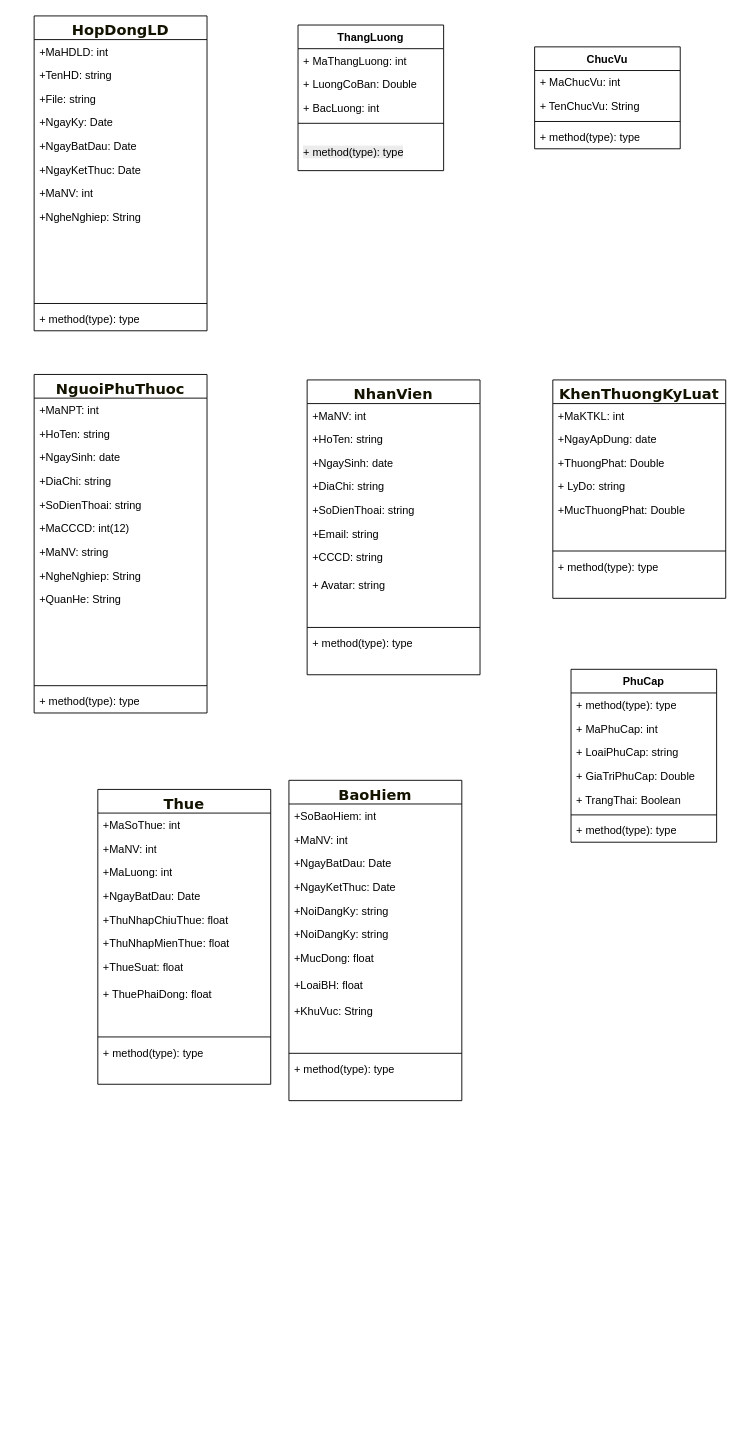
This is Biểu đồ không có tiêu đề.drawio from NguyenMint/LVTN, a draw.io file, before an edit. Source tidied: cells renumbered, new cells numbered last; positions are measured from the earlier drawing's top-left corner, leaving out a move shared by most shapes. Both pictures are drawn from the tidied source at 91%, with x=0, y=0 at pixel (34, 15).
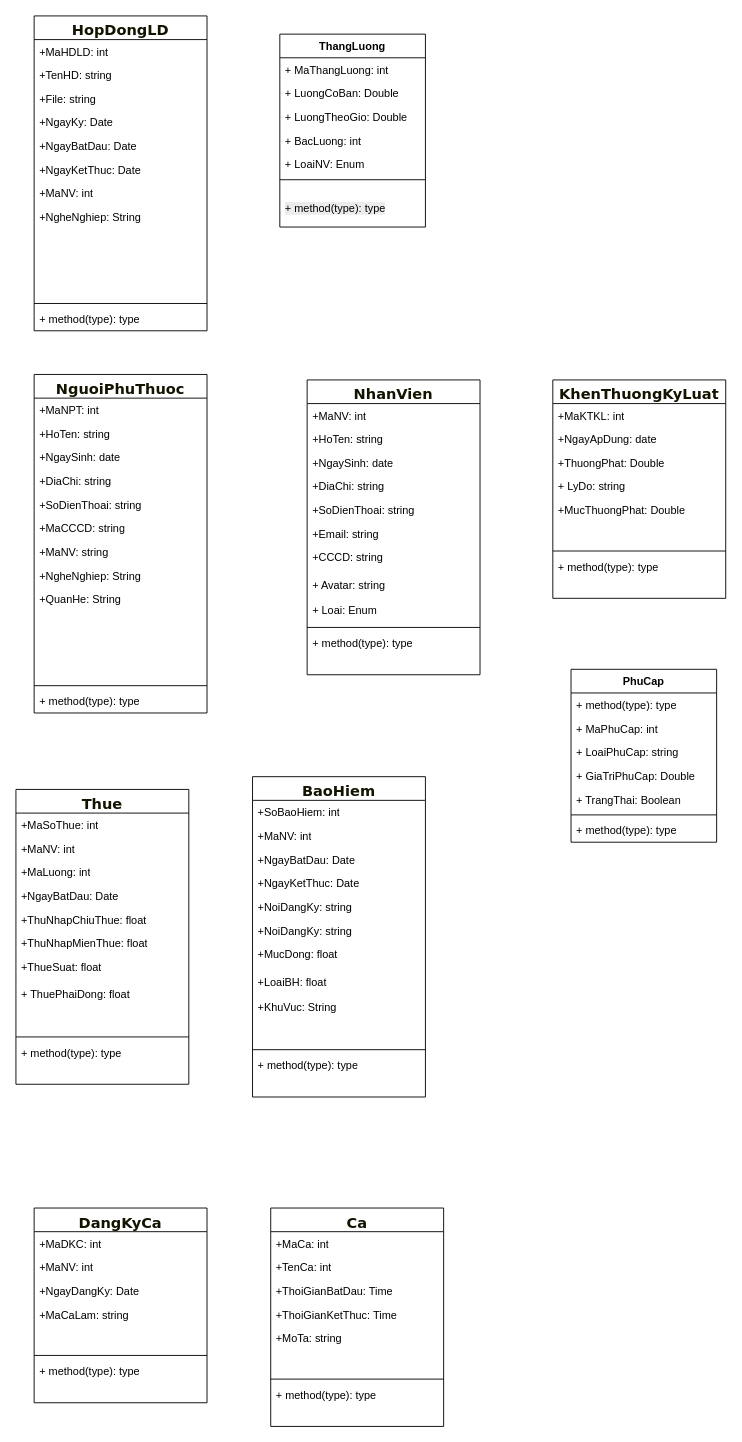
The same diagram, later.

Commit message (it also covers changes not shown here):
Cập nhật Biểu đồ không có tiêu đề.drawio

The change refers to these unchanged cells:
```xml
<mxCell id="2" value="&lt;span style=&quot;color: rgb(19, 19, 0); font-family: &amp;quot;trebuchet ms&amp;quot;, verdana, arial, sans-serif; font-size: 16px; text-wrap-mode: nowrap;&quot;&gt;NhanVien&lt;/span&gt;" style="swimlane;fontStyle=1;align=center;verticalAlign=top;horizontal=1;startSize=26;whiteSpace=wrap;html=1;" parent="1" vertex="1">
  <mxGeometry x="300" y="400" width="190" height="324" as="geometry" />
</mxCell>
<mxCell id="15" value="&lt;span style=&quot;color: rgb(19, 19, 0); font-family: &amp;quot;trebuchet ms&amp;quot;, verdana, arial, sans-serif; font-size: 16px; text-wrap-mode: nowrap;&quot;&gt;NguoiPhuThuoc&lt;/span&gt;" style="swimlane;fontStyle=1;align=center;verticalAlign=top;horizontal=1;startSize=26;whiteSpace=wrap;html=1;" parent="1" vertex="1">
  <mxGeometry y="394" width="190" height="372" as="geometry" />
</mxCell>
```

The edit, as a diff of the source:
```diff
@@
-    <mxCell id="11" style="text;strokeColor=none;fillColor=none;align=left;verticalAlign=top;spacingLeft=4;spacingRight=4;overflow=hidden;whiteSpace=wrap;html=1;" parent="2" vertex="1">
+    <mxCell id="11" value="+ Loai: Enum" style="text;strokeColor=none;fillColor=none;align=left;verticalAlign=top;spacingLeft=4;spacingRight=4;overflow=hidden;whiteSpace=wrap;html=1;" parent="2" vertex="1">
       <mxGeometry y="240" width="190" height="28" as="geometry" />
     </mxCell>
@@
-    <mxCell id="21" value="+MaCCCD: int(12)" style="text;strokeColor=none;fillColor=none;align=left;verticalAlign=top;spacingLeft=4;spacingRight=4;overflow=hidden;whiteSpace=wrap;html=1;" parent="15" vertex="1">
+    <mxCell id="21" value="+MaCCCD: string" style="text;strokeColor=none;fillColor=none;align=left;verticalAlign=top;spacingLeft=4;spacingRight=4;overflow=hidden;whiteSpace=wrap;html=1;" parent="15" vertex="1">
       <mxGeometry y="156" width="190" height="26" as="geometry" />
     </mxCell>
@@
     <mxCell id="62" value="ThangLuong" style="swimlane;fontStyle=1;align=center;verticalAlign=top;horizontal=1;startSize=26;whiteSpace=wrap;html=1;" parent="1" vertex="1">
-      <mxGeometry x="290" y="10" width="160" height="160" as="geometry" />
+      <mxGeometry x="270" y="20" width="160" height="212" as="geometry" />
     </mxCell>
@@
+    <mxCell id="100" value="+ LuongTheoGio: Double&lt;div&gt;&lt;br&gt;&lt;/div&gt;" style="text;strokeColor=none;fillColor=none;align=left;verticalAlign=top;spacingLeft=4;spacingRight=4;overflow=hidden;whiteSpace=wrap;html=1;" parent="62" vertex="1">
+      <mxGeometry y="78" width="160" height="26" as="geometry" />
+    </mxCell>
     <mxCell id="65" value="+ BacLuong: int" style="text;strokeColor=none;fillColor=none;align=left;verticalAlign=top;spacingLeft=4;spacingRight=4;overflow=hidden;whiteSpace=wrap;html=1;" parent="62" vertex="1">
-      <mxGeometry y="78" width="160" height="26" as="geometry" />
+      <mxGeometry y="104" width="160" height="26" as="geometry" />
     </mxCell>
+    <mxCell id="101" value="+ LoaiNV: Enum" style="text;strokeColor=none;fillColor=none;align=left;verticalAlign=top;spacingLeft=4;spacingRight=4;overflow=hidden;whiteSpace=wrap;html=1;" parent="62" vertex="1">
+      <mxGeometry y="130" width="160" height="26" as="geometry" />
+    </mxCell>
     <mxCell id="66" style="line;strokeWidth=1;fillColor=none;align=left;verticalAlign=middle;spacingTop=-1;spacingLeft=3;spacingRight=3;labelPosition=right;strokeColor=inherit;" parent="62" vertex="1">
-      <mxGeometry y="104" width="160" height="8" as="geometry" />
+      <mxGeometry y="156" width="160" height="8" as="geometry" />
     </mxCell>
     <mxCell id="67" value="&#10;&lt;span style=&quot;color: rgb(0, 0, 0); font-family: Helvetica; font-size: 12px; font-style: normal; font-variant-ligatures: normal; font-variant-caps: normal; font-weight: 400; letter-spacing: normal; orphans: 2; text-align: left; text-indent: 0px; text-transform: none; widows: 2; word-spacing: 0px; -webkit-text-stroke-width: 0px; white-space: normal; background-color: rgb(236, 236, 236); text-decoration-thickness: initial; text-decoration-style: initial; text-decoration-color: initial; display: inline !important; float: none;&quot;&gt;+ method(type): type&lt;/span&gt;&#10;&#10;" style="text;strokeColor=none;fillColor=none;align=left;verticalAlign=top;spacingLeft=4;spacingRight=4;overflow=hidden;whiteSpace=wrap;html=1;" parent="62" vertex="1">
-      <mxGeometry y="112" width="160" height="48" as="geometry" />
+      <mxGeometry y="164" width="160" height="48" as="geometry" />
     </mxCell>
-    <mxCell id="68" value="ChucVu" style="swimlane;fontStyle=1;align=center;verticalAlign=top;horizontal=1;startSize=26;whiteSpace=wrap;html=1;" parent="1" vertex="1">
-      <mxGeometry x="550" y="34" width="160" height="112" as="geometry" />
-    </mxCell>
-    <mxCell id="69" value="+ MaChucVu: int" style="text;strokeColor=none;fillColor=none;align=left;verticalAlign=top;spacingLeft=4;spacingRight=4;overflow=hidden;whiteSpace=wrap;html=1;" parent="68" vertex="1">
-      <mxGeometry y="26" width="160" height="26" as="geometry" />
-    </mxCell>
-    <mxCell id="70" value="+ TenChucVu: String" style="text;strokeColor=none;fillColor=none;align=left;verticalAlign=top;spacingLeft=4;spacingRight=4;overflow=hidden;whiteSpace=wrap;html=1;" parent="68" vertex="1">
-      <mxGeometry y="52" width="160" height="26" as="geometry" />
-    </mxCell>
-    <mxCell id="71" style="line;strokeWidth=1;fillColor=none;align=left;verticalAlign=middle;spacingTop=-1;spacingLeft=3;spacingRight=3;labelPosition=right;strokeColor=inherit;" parent="68" vertex="1">
-      <mxGeometry y="78" width="160" height="8" as="geometry" />
-    </mxCell>
-    <mxCell id="72" value="+ method(type): type" style="text;strokeColor=none;fillColor=none;align=left;verticalAlign=top;spacingLeft=4;spacingRight=4;overflow=hidden;whiteSpace=wrap;html=1;" parent="68" vertex="1">
-      <mxGeometry y="86" width="160" height="26" as="geometry" />
-    </mxCell>
     <mxCell id="73" value="&lt;span style=&quot;color: rgb(19, 19, 0); font-family: &amp;quot;trebuchet ms&amp;quot;, verdana, arial, sans-serif; font-size: 16px; text-wrap-mode: nowrap;&quot;&gt;Thue&lt;/span&gt;" style="swimlane;fontStyle=1;align=center;verticalAlign=top;horizontal=1;startSize=26;whiteSpace=wrap;html=1;" parent="1" vertex="1">
-      <mxGeometry x="70" y="850" width="190" height="324" as="geometry" />
+      <mxGeometry x="-20" y="850" width="190" height="324" as="geometry" />
     </mxCell>
@@
     <mxCell id="86" value="&lt;span style=&quot;color: rgb(19, 19, 0); font-family: &amp;quot;trebuchet ms&amp;quot;, verdana, arial, sans-serif; font-size: 16px; text-wrap-mode: nowrap;&quot;&gt;BaoHiem&lt;/span&gt;" style="swimlane;fontStyle=1;align=center;verticalAlign=top;horizontal=1;startSize=26;whiteSpace=wrap;html=1;" parent="1" vertex="1">
-      <mxGeometry x="280" y="840" width="190" height="352" as="geometry" />
+      <mxGeometry x="240" y="836" width="190" height="352" as="geometry" />
     </mxCell>
@@
+    <mxCell id="102" value="&lt;span style=&quot;color: rgb(19, 19, 0); font-family: &amp;quot;trebuchet ms&amp;quot;, verdana, arial, sans-serif; font-size: 16px; text-wrap-mode: nowrap;&quot;&gt;DangKyCa&lt;/span&gt;&lt;div&gt;&lt;span style=&quot;color: rgb(19, 19, 0); font-family: &amp;quot;trebuchet ms&amp;quot;, verdana, arial, sans-serif; font-size: 16px; text-wrap-mode: nowrap;&quot;&gt;&lt;br&gt;&lt;/span&gt;&lt;/div&gt;" style="swimlane;fontStyle=1;align=center;verticalAlign=top;horizontal=1;startSize=26;whiteSpace=wrap;html=1;" parent="1" vertex="1">
+      <mxGeometry y="1310" width="190" height="214" as="geometry" />
+    </mxCell>
+    <mxCell id="103" value="+MaDKC: int" style="text;strokeColor=none;fillColor=none;align=left;verticalAlign=top;spacingLeft=4;spacingRight=4;overflow=hidden;whiteSpace=wrap;html=1;" parent="102" vertex="1">
+      <mxGeometry y="26" width="190" height="26" as="geometry" />
+    </mxCell>
+    <mxCell id="104" value="+MaNV: int" style="text;strokeColor=none;fillColor=none;align=left;verticalAlign=top;spacingLeft=4;spacingRight=4;overflow=hidden;whiteSpace=wrap;html=1;" parent="102" vertex="1">
+      <mxGeometry y="52" width="190" height="26" as="geometry" />
+    </mxCell>
+    <mxCell id="105" value="+NgayDangKy: Date" style="text;strokeColor=none;fillColor=none;align=left;verticalAlign=top;spacingLeft=4;spacingRight=4;overflow=hidden;whiteSpace=wrap;html=1;" parent="102" vertex="1">
+      <mxGeometry y="78" width="190" height="26" as="geometry" />
+    </mxCell>
+    <mxCell id="106" value="+MaCaLam: string" style="text;strokeColor=none;fillColor=none;align=left;verticalAlign=top;spacingLeft=4;spacingRight=4;overflow=hidden;whiteSpace=wrap;html=1;" parent="102" vertex="1">
+      <mxGeometry y="104" width="190" height="26" as="geometry" />
+    </mxCell>
+    <mxCell id="107" style="text;strokeColor=none;fillColor=none;align=left;verticalAlign=top;spacingLeft=4;spacingRight=4;overflow=hidden;whiteSpace=wrap;html=1;" parent="102" vertex="1">
+      <mxGeometry y="130" width="190" height="28" as="geometry" />
+    </mxCell>
+    <mxCell id="108" style="line;strokeWidth=1;fillColor=none;align=left;verticalAlign=middle;spacingTop=-1;spacingLeft=3;spacingRight=3;labelPosition=right;strokeColor=inherit;" parent="102" vertex="1">
+      <mxGeometry y="158" width="190" height="8" as="geometry" />
+    </mxCell>
+    <mxCell id="109" value="+ method(type): type" style="text;strokeColor=none;fillColor=none;align=left;verticalAlign=top;spacingLeft=4;spacingRight=4;overflow=hidden;whiteSpace=wrap;html=1;" parent="102" vertex="1">
+      <mxGeometry y="166" width="190" height="24" as="geometry" />
+    </mxCell>
+    <mxCell id="110" style="text;strokeColor=none;fillColor=none;align=left;verticalAlign=top;spacingLeft=4;spacingRight=4;overflow=hidden;whiteSpace=wrap;html=1;" parent="102" vertex="1">
+      <mxGeometry y="190" width="190" height="24" as="geometry" />
+    </mxCell>
+    <mxCell id="111" value="&lt;div&gt;&lt;span style=&quot;color: rgb(19, 19, 0); font-family: &amp;quot;trebuchet ms&amp;quot;, verdana, arial, sans-serif; font-size: 16px; text-wrap-mode: nowrap;&quot;&gt;Ca&lt;/span&gt;&lt;/div&gt;" style="swimlane;fontStyle=1;align=center;verticalAlign=top;horizontal=1;startSize=26;whiteSpace=wrap;html=1;" parent="1" vertex="1">
+      <mxGeometry x="260" y="1310" width="190" height="240" as="geometry" />
+    </mxCell>
+    <mxCell id="112" value="+MaCa: int" style="text;strokeColor=none;fillColor=none;align=left;verticalAlign=top;spacingLeft=4;spacingRight=4;overflow=hidden;whiteSpace=wrap;html=1;" parent="111" vertex="1">
+      <mxGeometry y="26" width="190" height="26" as="geometry" />
+    </mxCell>
+    <mxCell id="113" value="+TenCa: int" style="text;strokeColor=none;fillColor=none;align=left;verticalAlign=top;spacingLeft=4;spacingRight=4;overflow=hidden;whiteSpace=wrap;html=1;" parent="111" vertex="1">
+      <mxGeometry y="52" width="190" height="26" as="geometry" />
+    </mxCell>
+    <mxCell id="114" value="+ThoiGianBatDau: Time" style="text;strokeColor=none;fillColor=none;align=left;verticalAlign=top;spacingLeft=4;spacingRight=4;overflow=hidden;whiteSpace=wrap;html=1;" parent="111" vertex="1">
+      <mxGeometry y="78" width="190" height="26" as="geometry" />
+    </mxCell>
+    <mxCell id="115" value="+ThoiGianKetThuc: Time" style="text;strokeColor=none;fillColor=none;align=left;verticalAlign=top;spacingLeft=4;spacingRight=4;overflow=hidden;whiteSpace=wrap;html=1;" parent="111" vertex="1">
+      <mxGeometry y="104" width="190" height="26" as="geometry" />
+    </mxCell>
+    <mxCell id="116" value="+MoTa: string" style="text;strokeColor=none;fillColor=none;align=left;verticalAlign=top;spacingLeft=4;spacingRight=4;overflow=hidden;whiteSpace=wrap;html=1;" parent="111" vertex="1">
+      <mxGeometry y="130" width="190" height="26" as="geometry" />
+    </mxCell>
+    <mxCell id="117" style="text;strokeColor=none;fillColor=none;align=left;verticalAlign=top;spacingLeft=4;spacingRight=4;overflow=hidden;whiteSpace=wrap;html=1;" parent="111" vertex="1">
+      <mxGeometry y="156" width="190" height="28" as="geometry" />
+    </mxCell>
+    <mxCell id="118" style="line;strokeWidth=1;fillColor=none;align=left;verticalAlign=middle;spacingTop=-1;spacingLeft=3;spacingRight=3;labelPosition=right;strokeColor=inherit;" parent="111" vertex="1">
+      <mxGeometry y="184" width="190" height="8" as="geometry" />
+    </mxCell>
+    <mxCell id="119" value="+ method(type): type" style="text;strokeColor=none;fillColor=none;align=left;verticalAlign=top;spacingLeft=4;spacingRight=4;overflow=hidden;whiteSpace=wrap;html=1;" parent="111" vertex="1">
+      <mxGeometry y="192" width="190" height="24" as="geometry" />
+    </mxCell>
+    <mxCell id="120" style="text;strokeColor=none;fillColor=none;align=left;verticalAlign=top;spacingLeft=4;spacingRight=4;overflow=hidden;whiteSpace=wrap;html=1;" parent="111" vertex="1">
+      <mxGeometry y="216" width="190" height="24" as="geometry" />
+    </mxCell>
```
